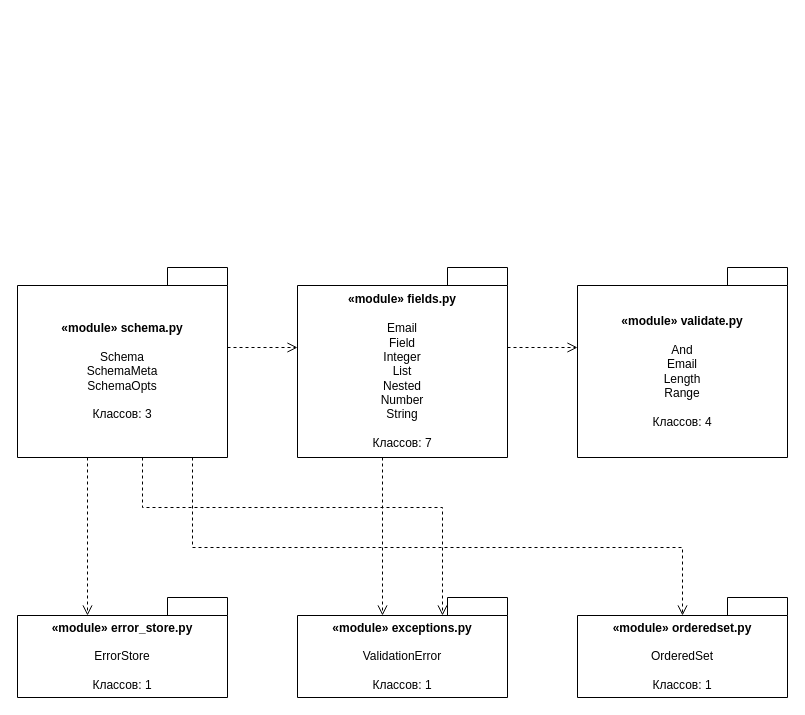
The draw.io diagram page "03 — UML пакетов: срез 17 классов" (3 of 6) of diagrams/Marshmallow-DEMO17-styled.drawio in Acelarin32/ppo_laba5, before the edit. Source tidied: cells renumbered, new cells numbered last; positions are measured from the earlier drawing's top-left corner, leaving out a move shared by most shapes. Both pictures are drawn from the tidied source at 100%, with x=0, y=0 at pixel (17, 267).
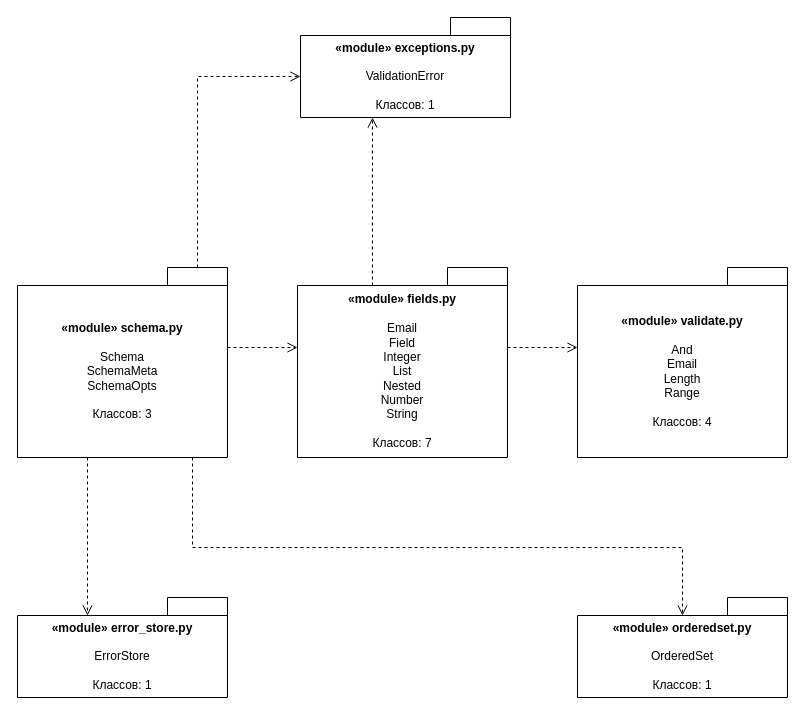
After the change.

What changed in the source:
```diff
@@
 <mxGraphModel>
   <root>
     <mxCell id="0" />
     <mxCell id="1" parent="0" />
     <mxCell id="2" value="&lt;b&gt;«module» schema.py&lt;/b&gt;&lt;br&gt;&lt;br&gt;Schema&lt;br&gt;SchemaMeta&lt;br&gt;SchemaOpts&lt;br&gt;&lt;br&gt;Классов: 3" style="shape=folder;tabWidth=60;tabHeight=18;html=1;whiteSpace=wrap;spacing=8;spacingTop=18;fontSize=12;strokeWidth=1;" parent="1" vertex="1">
       <mxGeometry width="210" height="190" as="geometry" />
     </mxCell>
     <mxCell id="3" value="&lt;b&gt;«module» fields.py&lt;/b&gt;&lt;br&gt;&lt;br&gt;Email&lt;br&gt;Field&lt;br&gt;Integer&lt;br&gt;List&lt;br&gt;Nested&lt;br&gt;Number&lt;br&gt;String&lt;br&gt;&lt;br&gt;Классов: 7" style="shape=folder;tabWidth=60;tabHeight=18;html=1;whiteSpace=wrap;spacing=8;spacingTop=18;fontSize=12;strokeWidth=1;" parent="1" vertex="1">
       <mxGeometry x="280" width="210" height="190" as="geometry" />
     </mxCell>
     <mxCell id="4" value="&lt;b&gt;«module» validate.py&lt;/b&gt;&lt;br&gt;&lt;br&gt;And&lt;br&gt;Email&lt;br&gt;Length&lt;br&gt;Range&lt;br&gt;&lt;br&gt;Классов: 4" style="shape=folder;tabWidth=60;tabHeight=18;html=1;whiteSpace=wrap;spacing=8;spacingTop=18;fontSize=12;strokeWidth=1;" parent="1" vertex="1">
       <mxGeometry x="560" width="210" height="190" as="geometry" />
     </mxCell>
     <mxCell id="5" value="&lt;b&gt;«module» error_store.py&lt;/b&gt;&lt;br&gt;&lt;br&gt;ErrorStore&lt;br&gt;&lt;br&gt;Классов: 1" style="shape=folder;tabWidth=60;tabHeight=18;html=1;whiteSpace=wrap;spacing=8;spacingTop=18;fontSize=12;strokeWidth=1;" parent="1" vertex="1">
       <mxGeometry y="330" width="210" height="100" as="geometry" />
     </mxCell>
     <mxCell id="6" value="&lt;b&gt;«module» exceptions.py&lt;/b&gt;&lt;br&gt;&lt;br&gt;ValidationError&lt;br&gt;&lt;br&gt;Классов: 1" style="shape=folder;tabWidth=60;tabHeight=18;html=1;whiteSpace=wrap;spacing=8;spacingTop=18;fontSize=12;strokeWidth=1;" parent="1" vertex="1">
-      <mxGeometry x="280" y="330" width="210" height="100" as="geometry" />
+      <mxGeometry x="283" y="-250" width="210" height="100" as="geometry" />
     </mxCell>
     <mxCell id="7" value="&lt;b&gt;«module» orderedset.py&lt;/b&gt;&lt;br&gt;&lt;br&gt;OrderedSet&lt;br&gt;&lt;br&gt;Классов: 1" style="shape=folder;tabWidth=60;tabHeight=18;html=1;whiteSpace=wrap;spacing=8;spacingTop=18;fontSize=12;strokeWidth=1;" parent="1" vertex="1">
       <mxGeometry x="560" y="330" width="210" height="100" as="geometry" />
     </mxCell>
     <mxCell id="8" style="edgeStyle=none;noEdgeStyle=1;orthogonal=1;rounded=0;html=1;strokeWidth=1;endArrow=open;endFill=0;endSize=8;fontSize=12;defaultLabelBackgroundColor=page;dashed=1;exitX=1.0;exitY=0.42105263157894735;exitPerimeter=0;entryX=0.0;entryY=0.42105263157894735;entryPerimeter=0;" parent="1" edge="1" source="2" target="3">
       <mxGeometry relative="1" as="geometry" />
     </mxCell>
     <mxCell id="9" style="edgeStyle=none;noEdgeStyle=1;orthogonal=1;rounded=0;html=1;strokeWidth=1;endArrow=open;endFill=0;endSize=8;fontSize=12;defaultLabelBackgroundColor=page;dashed=1;exitX=1.0;exitY=0.42105263157894735;exitPerimeter=0;entryX=0.0;entryY=0.42105263157894735;entryPerimeter=0;" parent="1" edge="1" source="3" target="4">
       <mxGeometry relative="1" as="geometry" />
     </mxCell>
     <mxCell id="10" style="edgeStyle=none;noEdgeStyle=1;orthogonal=1;rounded=0;html=1;strokeWidth=1;endArrow=open;endFill=0;endSize=8;fontSize=12;defaultLabelBackgroundColor=page;dashed=1;exitX=0.3333333333333333;exitY=1.0;exitPerimeter=0;entryX=0.3333333333333333;entryY=0.18;entryPerimeter=0;" parent="1" edge="1" source="2" target="5">
       <mxGeometry relative="1" as="geometry" />
     </mxCell>
-    <mxCell id="11" style="edgeStyle=none;noEdgeStyle=1;orthogonal=1;rounded=0;html=1;strokeWidth=1;endArrow=open;endFill=0;endSize=8;fontSize=12;defaultLabelBackgroundColor=page;dashed=1;exitX=0.40476190476190477;exitY=1.0;exitPerimeter=0;entryX=0.40476190476190477;entryY=0.18;entryPerimeter=0;" parent="1" edge="1" source="3" target="6">
+    <mxCell id="11" style="edgeStyle=none;noEdgeStyle=1;orthogonal=1;rounded=0;html=1;strokeWidth=1;endArrow=open;endFill=0;endSize=8;fontSize=12;defaultLabelBackgroundColor=page;dashed=1;exitX=0.5;exitY=0;exitDx=-30;exitDy=18;exitPerimeter=0;" parent="1" edge="1" source="3" target="6">
       <mxGeometry relative="1" as="geometry" />
     </mxCell>
-    <mxCell id="12" style="edgeStyle=none;noEdgeStyle=1;orthogonal=1;rounded=0;html=1;strokeWidth=1;endArrow=open;endFill=0;endSize=8;fontSize=12;defaultLabelBackgroundColor=page;dashed=1;exitX=0.5952380952380952;exitY=1.0;exitPerimeter=0;entryX=0.6904761904761905;entryY=0.18;entryPerimeter=0;" parent="1" edge="1" source="2" target="6">
-      <mxGeometry relative="1" as="geometry">
-        <Array as="points">
-          <mxPoint x="125" y="240" />
-          <mxPoint x="425" y="240" />
-        </Array>
-      </mxGeometry>
+    <mxCell id="12" style="orthogonal=1;rounded=0;html=1;strokeWidth=1;endArrow=open;endFill=0;endSize=8;fontSize=12;defaultLabelBackgroundColor=page;dashed=1;exitX=1;exitY=0;exitPerimeter=0;exitDx=-30;exitDy=0;entryX=0;entryY=0.5;entryDx=0;entryDy=9;entryPerimeter=0;edgeStyle=orthogonalEdgeStyle;" parent="1" edge="1" source="2" target="6">
+      <mxGeometry x="0.18" relative="1" as="geometry" />
     </mxCell>
     <mxCell id="13" style="edgeStyle=none;noEdgeStyle=1;orthogonal=1;rounded=0;html=1;strokeWidth=1;endArrow=open;endFill=0;endSize=8;fontSize=12;defaultLabelBackgroundColor=page;dashed=1;exitX=0.8333333333333334;exitY=1.0;exitPerimeter=0;entryX=0.5;entryY=0.18;entryPerimeter=0;" parent="1" edge="1" source="2" target="7">
       <mxGeometry relative="1" as="geometry">
         <Array as="points">
           <mxPoint x="175" y="280" />
           <mxPoint x="665" y="280" />
         </Array>
       </mxGeometry>
     </mxCell>
   </root>
 </mxGraphModel>
```
